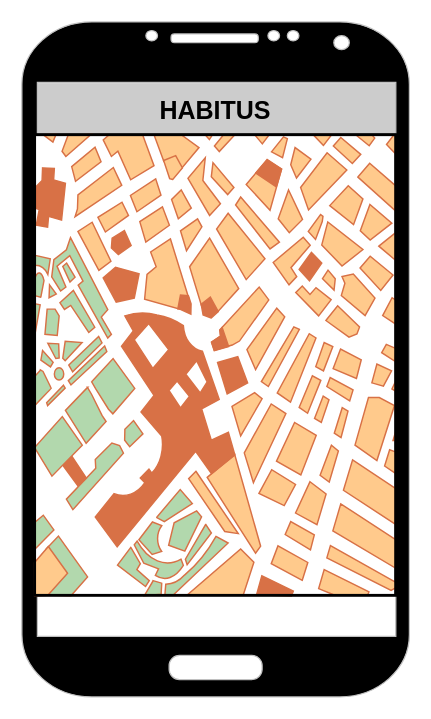
Earlier version of the draw.io diagram page "Main Page" (2 of 2) of diagrams/ui-login_and_register.drawio (goliveirab/habitus). Source tidied: cells renumbered, new cells numbered last; positions are measured from the earlier drawing's top-left corner, leaving out a move shared by most shapes. Both pictures are drawn from the tidied source at 125%, with x=0, y=0 at pixel (21, 21).
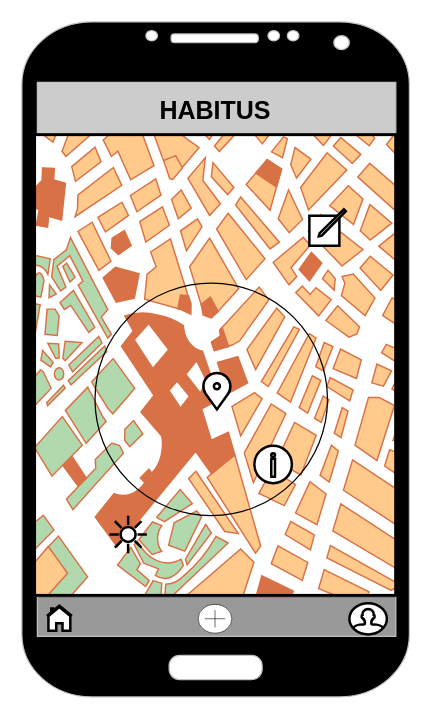
After the change.

Change to the diagram source:
```diff
@@
 <mxGraphModel>
   <root>
     <mxCell id="0" />
     <mxCell id="1" parent="0" />
+    <mxCell id="5" style="rounded=0;whiteSpace=wrap;html=1;fillColor=#999999;strokeColor=#666666;fontColor=#333333;" parent="1" vertex="1">
+      <mxGeometry x="10" y="460" width="290" height="40" as="geometry" />
+    </mxCell>
     <mxCell id="2" value="&lt;font size=&quot;1&quot;&gt;&lt;b style=&quot;font-size: 20px&quot;&gt;HABITUS&lt;/b&gt;&lt;/font&gt;" style="rounded=0;whiteSpace=wrap;html=1;fillColor=#CCCCCC;strokeColor=none;align=center;labelPosition=center;verticalLabelPosition=middle;verticalAlign=middle;" parent="1" vertex="1">
       <mxGeometry x="10" y="49" width="290" height="41" as="geometry" />
     </mxCell>
     <mxCell id="3" style="verticalLabelPosition=bottom;verticalAlign=top;html=1;shadow=0;dashed=0;strokeWidth=1;shape=mxgraph.android.phone2;fillColor=#000000;strokeColor=#c0c0c0;" parent="1" vertex="1">
       <mxGeometry width="310" height="540" as="geometry" />
     </mxCell>
     <mxCell id="4" style="verticalLabelPosition=bottom;shadow=0;dashed=0;align=center;html=1;verticalAlign=top;strokeWidth=1;shape=mxgraph.mockup.misc.map;fillColor=none;fontSize=12;fontColor=#000000;strokeColor=none;" parent="1" vertex="1">
       <mxGeometry x="10" y="90" width="290" height="370" as="geometry" />
     </mxCell>
+    <mxCell id="6" style="html=1;verticalLabelPosition=bottom;align=center;labelBackgroundColor=#ffffff;verticalAlign=top;strokeWidth=2;strokeColor=#000000;fillColor=#ffffff;shadow=0;dashed=0;shape=mxgraph.ios7.icons.home;" parent="1" vertex="1">
+      <mxGeometry x="20" y="467" width="20" height="20" as="geometry" />
+    </mxCell>
+    <mxCell id="7" style="html=1;verticalLabelPosition=bottom;align=center;labelBackgroundColor=#ffffff;verticalAlign=top;strokeWidth=2;strokeColor=#000000;fillColor=#ffffff;shadow=0;dashed=0;shape=mxgraph.ios7.icons.user;" parent="1" vertex="1">
+      <mxGeometry x="262" y="465" width="30" height="25" as="geometry" />
+    </mxCell>
+    <mxCell id="8" style="html=1;verticalLabelPosition=bottom;labelBackgroundColor=#ffffff;verticalAlign=top;shadow=0;dashed=0;strokeWidth=2;shape=mxgraph.ios7.misc.increase;fillColor=#ffffff;strokeColor=#000000;" parent="1" vertex="1">
+      <mxGeometry x="141" y="466" width="27" height="23" as="geometry" />
+    </mxCell>
+    <mxCell id="9" style="html=1;verticalLabelPosition=bottom;align=center;labelBackgroundColor=#ffffff;verticalAlign=top;strokeWidth=2;strokeColor=#000000;fillColor=#ffffff;shadow=0;dashed=0;shape=mxgraph.ios7.icons.location;" parent="1" vertex="1">
+      <mxGeometry x="144" y="280" width="24" height="30" as="geometry" />
+    </mxCell>
+    <mxCell id="10" style="html=1;verticalLabelPosition=bottom;align=center;labelBackgroundColor=#ffffff;verticalAlign=top;strokeWidth=2;strokeColor=#000000;fillColor=#ffffff;shadow=0;dashed=0;shape=mxgraph.ios7.icons.compose;" parent="1" vertex="1">
+      <mxGeometry x="230" y="150" width="29.1" height="29.1" as="geometry" />
+    </mxCell>
+    <mxCell id="11" style="html=1;verticalLabelPosition=bottom;align=center;labelBackgroundColor=#ffffff;verticalAlign=top;strokeWidth=2;strokeColor=#000000;fillColor=#ffffff;shadow=0;dashed=0;shape=mxgraph.ios7.icons.sun;" parent="1" vertex="1">
+      <mxGeometry x="70" y="395" width="30" height="30" as="geometry" />
+    </mxCell>
+    <mxCell id="12" style="html=1;verticalLabelPosition=bottom;align=center;labelBackgroundColor=#ffffff;verticalAlign=top;strokeWidth=2;strokeColor=#000000;fillColor=#ffffff;shadow=0;dashed=0;shape=mxgraph.ios7.icons.info;" parent="1" vertex="1">
+      <mxGeometry x="186" y="339" width="30" height="30" as="geometry" />
+    </mxCell>
+    <mxCell id="13" style="ellipse;whiteSpace=wrap;html=1;strokeColor=#000000;fillColor=none;" parent="1" vertex="1">
+      <mxGeometry x="58.5" y="209" width="186" height="186" as="geometry" />
+    </mxCell>
   </root>
 </mxGraphModel>
```
